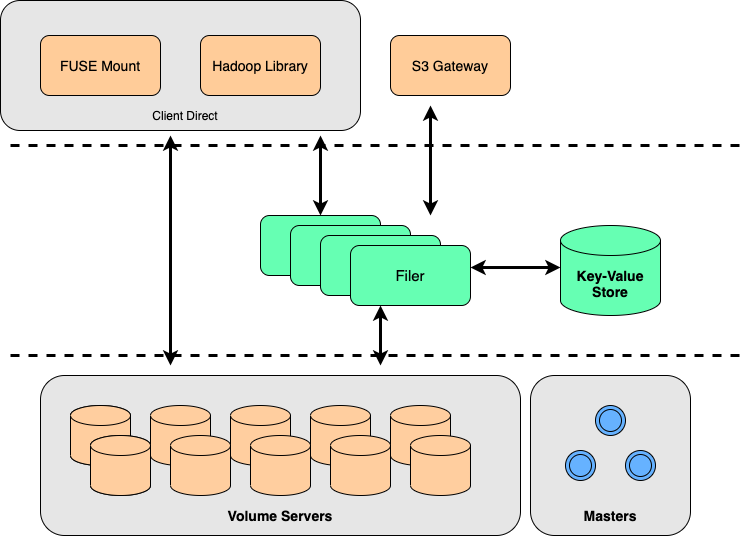
The draw.io diagram note/SeaweedFS_Architecture.png in seaweedfs/seaweedfs, before a commit. Source tidied: cells renumbered, new cells last; positions are measured from the earlier drawing's top-left corner, leaving out a move shared by most shapes.
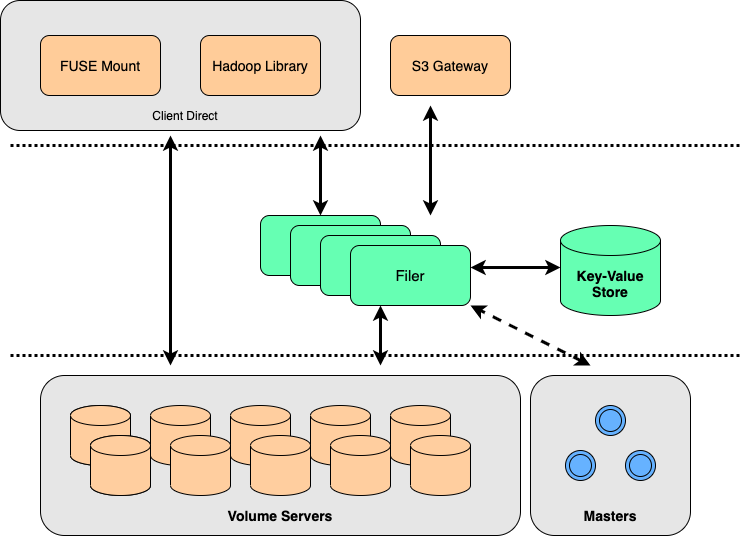
After the change.

Diff of the diagram source:
```diff
@@ -68,7 +68,7 @@
     <mxCell id="23" value="&lt;b&gt;&lt;font style=&quot;font-size: 14px&quot;&gt;Masters&lt;/font&gt;&lt;/b&gt;" style="text;html=1;strokeColor=none;fillColor=none;align=center;verticalAlign=middle;whiteSpace=wrap;rounded=0;" parent="18" vertex="1">
       <mxGeometry x="30" y="130" width="100" height="20" as="geometry" />
     </mxCell>
-    <mxCell id="24" style="endArrow=none;dashed=1;html=1;strokeWidth=3;" parent="1" edge="1">
+    <mxCell id="24" style="endArrow=none;dashed=1;html=1;strokeWidth=3;dashPattern=1 1;" parent="1" edge="1">
       <mxGeometry relative="1" as="geometry">
         <mxPoint x="10" y="355" as="sourcePoint" />
         <mxPoint x="740" y="355" as="targetPoint" />
@@ -77,7 +77,7 @@
     <mxCell id="25" value="&lt;font style=&quot;font-size: 14px&quot;&gt;&lt;b&gt;Key-Value Store&lt;/b&gt;&lt;/font&gt;" style="shape=cylinder3;whiteSpace=wrap;html=1;boundedLbl=1;backgroundOutline=1;size=15;fillColor=#66FFB3;" parent="1" vertex="1">
       <mxGeometry x="560" y="225" width="100" height="90" as="geometry" />
     </mxCell>
-    <mxCell id="26" style="endArrow=none;dashed=1;html=1;strokeWidth=3;" parent="1" edge="1">
+    <mxCell id="26" style="endArrow=none;dashed=1;html=1;strokeWidth=3;dashPattern=1 1;" parent="1" edge="1">
       <mxGeometry relative="1" as="geometry">
         <mxPoint x="10" y="145" as="sourcePoint" />
         <mxPoint x="740" y="145" as="targetPoint" />
@@ -137,5 +137,10 @@
         <mxPoint x="380" y="365" as="sourcePoint" />
       </mxGeometry>
     </mxCell>
+    <mxCell id="41" style="endArrow=classic;startArrow=classic;html=1;strokeWidth=3;entryX=1;entryY=1;entryDx=0;entryDy=0;dashed=1;" parent="1" edge="1" target="37">
+      <mxGeometry relative="1" as="geometry">
+        <mxPoint x="590" y="365" as="sourcePoint" />
+      </mxGeometry>
+    </mxCell>
   </root>
 </mxGraphModel>
```
